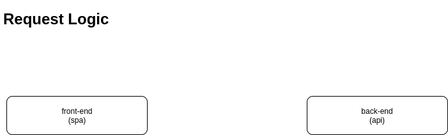
The draw.io diagram Request_Logic.PNG in stsiwo/sts_blogs, before a commit. Source tidied: cells renumbered, new cells last; positions are measured from the earlier drawing's top-left corner, leaving out a move shared by most shapes. Its diagram source:
```xml
<mxGraphModel>
  <root>
    <mxCell id="0" />
    <mxCell id="1" parent="0" />
    <mxCell id="2" value="front-end&lt;br&gt;(spa)" style="rounded=1;whiteSpace=wrap;html=1;" parent="1" vertex="1">
      <mxGeometry x="10" y="140" width="220" height="60" as="geometry" />
    </mxCell>
    <mxCell id="3" value="back-end&lt;br&gt;(api)" style="rounded=1;whiteSpace=wrap;html=1;" parent="1" vertex="1">
      <mxGeometry x="480" y="140" width="220" height="60" as="geometry" />
    </mxCell>
    <mxCell id="4" value="&lt;h1&gt;Request Logic&lt;/h1&gt;&lt;div&gt;&lt;br&gt;&lt;/div&gt;" style="text;html=1;strokeColor=none;fillColor=none;spacing=5;spacingTop=-20;whiteSpace=wrap;overflow=hidden;rounded=0;" parent="1" vertex="1">
      <mxGeometry width="700" height="120" as="geometry" />
    </mxCell>
  </root>
</mxGraphModel>
```
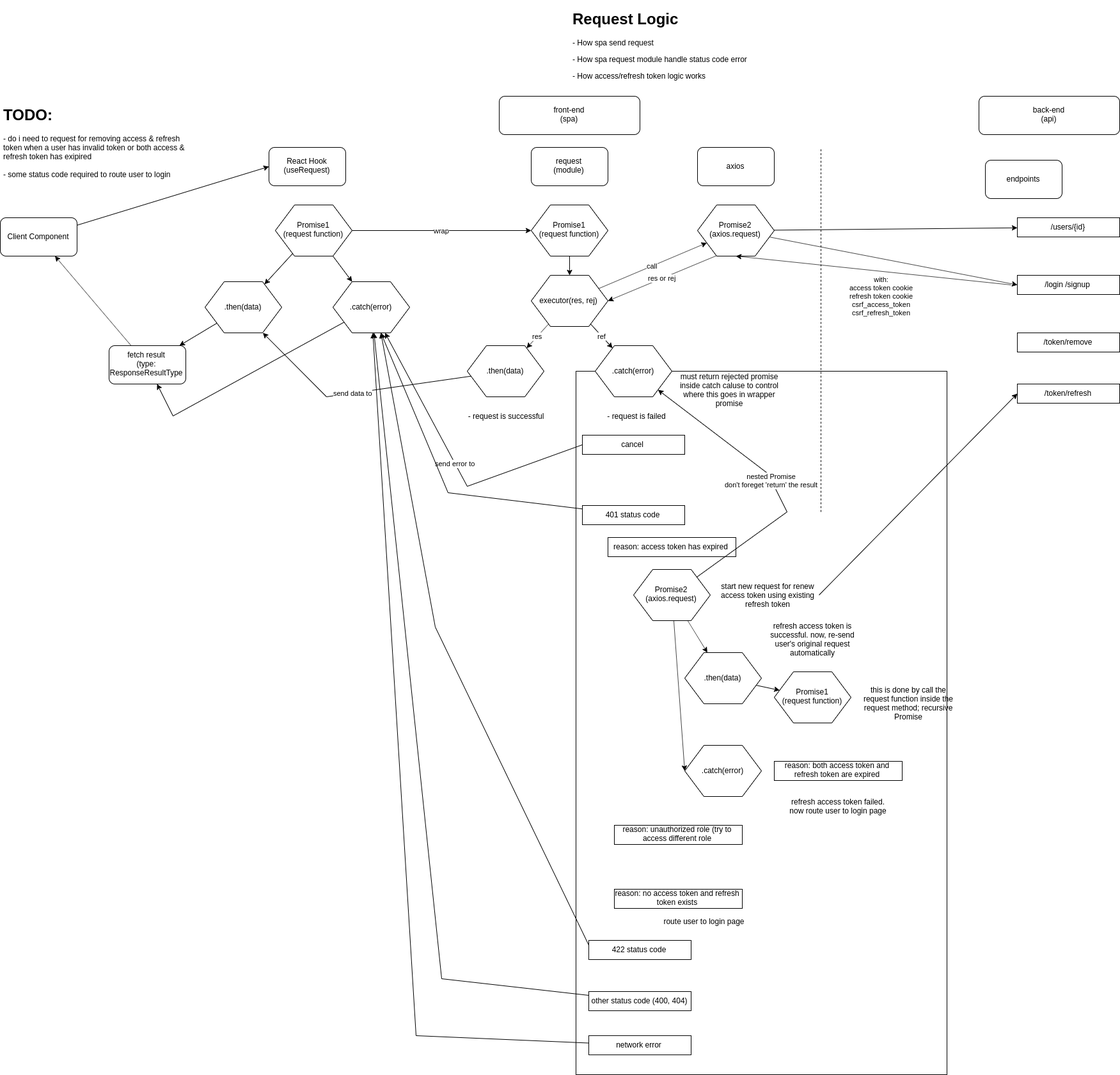
After the change.

The edit, as a diff of the source:
```diff
@@ -2,14 +2,256 @@
   <root>
     <mxCell id="0" />
     <mxCell id="1" parent="0" />
+    <mxCell id="5" style="rounded=0;whiteSpace=wrap;html=1;fillColor=none;" parent="1" vertex="1">
+      <mxGeometry x="10" y="570" width="580" height="1100" as="geometry" />
+    </mxCell>
     <mxCell id="2" value="front-end&lt;br&gt;(spa)" style="rounded=1;whiteSpace=wrap;html=1;" parent="1" vertex="1">
-      <mxGeometry x="10" y="140" width="220" height="60" as="geometry" />
+      <mxGeometry x="-110" y="140" width="220" height="60" as="geometry" />
     </mxCell>
     <mxCell id="3" value="back-end&lt;br&gt;(api)" style="rounded=1;whiteSpace=wrap;html=1;" parent="1" vertex="1">
-      <mxGeometry x="480" y="140" width="220" height="60" as="geometry" />
+      <mxGeometry x="640" y="140" width="220" height="60" as="geometry" />
     </mxCell>
-    <mxCell id="4" value="&lt;h1&gt;Request Logic&lt;/h1&gt;&lt;div&gt;&lt;br&gt;&lt;/div&gt;" style="text;html=1;strokeColor=none;fillColor=none;spacing=5;spacingTop=-20;whiteSpace=wrap;overflow=hidden;rounded=0;" parent="1" vertex="1">
+    <mxCell id="4" value="&lt;h1&gt;Request Logic&lt;/h1&gt;&lt;p&gt;- How spa send request&lt;/p&gt;&lt;p&gt;- How spa request module handle status code error&lt;/p&gt;&lt;p&gt;- How access/refresh token logic works&lt;/p&gt;&lt;p&gt;&lt;br&gt;&lt;/p&gt;" style="text;html=1;strokeColor=none;fillColor=none;spacing=5;spacingTop=-20;whiteSpace=wrap;overflow=hidden;rounded=0;" parent="1" vertex="1">
       <mxGeometry width="700" height="120" as="geometry" />
     </mxCell>
+    <mxCell id="6" style="endArrow=none;dashed=1;html=1;" parent="1" edge="1">
+      <mxGeometry relative="1" as="geometry">
+        <mxPoint x="393" y="790" as="sourcePoint" />
+        <mxPoint x="393" y="220" as="targetPoint" />
+      </mxGeometry>
+    </mxCell>
+    <mxCell id="7" value="axios" style="rounded=1;whiteSpace=wrap;html=1;" parent="1" vertex="1">
+      <mxGeometry x="200" y="220" width="120" height="60" as="geometry" />
+    </mxCell>
+    <mxCell id="8" value="request&lt;br&gt;(module)" style="rounded=1;whiteSpace=wrap;html=1;" parent="1" vertex="1">
+      <mxGeometry x="-60" y="220" width="120" height="60" as="geometry" />
+    </mxCell>
+    <mxCell id="9" value="React Hook&lt;br&gt;(useRequest)" style="rounded=1;whiteSpace=wrap;html=1;" parent="1" vertex="1">
+      <mxGeometry x="-470" y="220" width="120" height="60" as="geometry" />
+    </mxCell>
+    <mxCell id="10" style="rounded=0;jettySize=auto;html=1;" parent="1" edge="1" source="11" target="15">
+      <mxGeometry relative="1" as="geometry" />
+    </mxCell>
+    <mxCell id="11" value="Promise1&lt;br&gt;(request function)" style="shape=hexagon;perimeter=hexagonPerimeter2;whiteSpace=wrap;html=1;" parent="1" vertex="1">
+      <mxGeometry x="-60" y="310" width="120" height="80" as="geometry" />
+    </mxCell>
+    <mxCell id="12" value="res" style="edgeStyle=none;rounded=0;jettySize=auto;html=1;" parent="1" edge="1" source="15" target="19">
+      <mxGeometry relative="1" as="geometry" />
+    </mxCell>
+    <mxCell id="13" value="ref" style="edgeStyle=none;rounded=0;jettySize=auto;html=1;" parent="1" edge="1" source="15" target="17">
+      <mxGeometry relative="1" as="geometry" />
+    </mxCell>
+    <mxCell id="14" value="call" style="edgeStyle=none;rounded=0;jettySize=auto;html=1;" parent="1" edge="1" source="15" target="33">
+      <mxGeometry relative="1" as="geometry" />
+    </mxCell>
+    <mxCell id="15" value="executor(res, rej)" style="shape=hexagon;perimeter=hexagonPerimeter2;whiteSpace=wrap;html=1;" parent="1" vertex="1">
+      <mxGeometry x="-60" y="420" width="120" height="80" as="geometry" />
+    </mxCell>
+    <mxCell id="16" value="send error to" style="edgeStyle=none;rounded=0;jettySize=auto;html=1;exitX=0;exitY=0.5;exitDx=0;exitDy=0;" parent="1" edge="1" source="34" target="27">
+      <mxGeometry relative="1" as="geometry">
+        <Array as="points">
+          <mxPoint x="-160" y="750" />
+        </Array>
+      </mxGeometry>
+    </mxCell>
+    <mxCell id="17" value=".catch(error)" style="shape=hexagon;perimeter=hexagonPerimeter2;whiteSpace=wrap;html=1;" parent="1" vertex="1">
+      <mxGeometry x="40" y="530" width="120" height="80" as="geometry" />
+    </mxCell>
+    <mxCell id="18" value="send data to" style="edgeStyle=none;rounded=0;jettySize=auto;html=1;entryX=0.754;entryY=1;entryDx=0;entryDy=0;entryPerimeter=0;" parent="1" edge="1" source="19" target="29">
+      <mxGeometry relative="1" as="geometry">
+        <Array as="points">
+          <mxPoint x="-380" y="610" />
+        </Array>
+      </mxGeometry>
+    </mxCell>
+    <mxCell id="19" value=".then(data)" style="shape=hexagon;perimeter=hexagonPerimeter2;whiteSpace=wrap;html=1;" parent="1" vertex="1">
+      <mxGeometry x="-160" y="530" width="120" height="80" as="geometry" />
+    </mxCell>
+    <mxCell id="20" value="- request is successful" style="text;html=1;strokeColor=none;fillColor=none;align=center;verticalAlign=middle;whiteSpace=wrap;rounded=0;" parent="1" vertex="1">
+      <mxGeometry x="-165" y="630" width="130" height="20" as="geometry" />
+    </mxCell>
+    <mxCell id="21" value="- request is failed" style="text;html=1;strokeColor=none;fillColor=none;align=center;verticalAlign=middle;whiteSpace=wrap;rounded=0;" parent="1" vertex="1">
+      <mxGeometry x="40" y="630" width="130" height="20" as="geometry" />
+    </mxCell>
+    <mxCell id="22" value="wrap" style="edgeStyle=none;rounded=0;jettySize=auto;html=1;entryX=0;entryY=0.5;entryDx=0;entryDy=0;" parent="1" edge="1" source="25" target="11">
+      <mxGeometry relative="1" as="geometry" />
+    </mxCell>
+    <mxCell id="23" style="edgeStyle=none;rounded=0;jettySize=auto;html=1;" parent="1" edge="1" source="25" target="29">
+      <mxGeometry relative="1" as="geometry" />
+    </mxCell>
+    <mxCell id="24" style="edgeStyle=none;rounded=0;jettySize=auto;html=1;" parent="1" edge="1" source="25" target="27">
+      <mxGeometry relative="1" as="geometry" />
+    </mxCell>
+    <mxCell id="25" value="Promise1&lt;br&gt;(request function)" style="shape=hexagon;perimeter=hexagonPerimeter2;whiteSpace=wrap;html=1;" parent="1" vertex="1">
+      <mxGeometry x="-460" y="310" width="120" height="80" as="geometry" />
+    </mxCell>
+    <mxCell id="26" style="edgeStyle=none;rounded=0;jettySize=auto;html=1;" parent="1" edge="1" source="27" target="72">
+      <mxGeometry relative="1" as="geometry">
+        <Array as="points">
+          <mxPoint x="-620" y="640" />
+        </Array>
+      </mxGeometry>
+    </mxCell>
+    <mxCell id="27" value=".catch(error)" style="shape=hexagon;perimeter=hexagonPerimeter2;whiteSpace=wrap;html=1;" parent="1" vertex="1">
+      <mxGeometry x="-370" y="430" width="120" height="80" as="geometry" />
+    </mxCell>
+    <mxCell id="28" style="edgeStyle=none;rounded=0;jettySize=auto;html=1;" parent="1" edge="1" source="29" target="72">
+      <mxGeometry relative="1" as="geometry" />
+    </mxCell>
+    <mxCell id="29" value=".then(data)" style="shape=hexagon;perimeter=hexagonPerimeter2;whiteSpace=wrap;html=1;" parent="1" vertex="1">
+      <mxGeometry x="-570" y="430" width="120" height="80" as="geometry" />
+    </mxCell>
+    <mxCell id="30" value="res or rej" style="edgeStyle=none;rounded=0;jettySize=auto;html=1;entryX=1;entryY=0.5;entryDx=0;entryDy=0;exitX=0.243;exitY=0.994;exitDx=0;exitDy=0;exitPerimeter=0;" parent="1" edge="1" source="33" target="15">
+      <mxGeometry relative="1" as="geometry" />
+    </mxCell>
+    <mxCell id="31" style="edgeStyle=none;rounded=0;jettySize=auto;html=1;" parent="1" edge="1" source="33" target="60">
+      <mxGeometry relative="1" as="geometry" />
+    </mxCell>
+    <mxCell id="32" style="edgeStyle=none;rounded=0;jettySize=auto;html=1;entryX=0;entryY=0.5;entryDx=0;entryDy=0;" parent="1" edge="1" source="33" target="63">
+      <mxGeometry relative="1" as="geometry" />
+    </mxCell>
+    <mxCell id="33" value="Promise2&lt;br&gt;(axios.request)" style="shape=hexagon;perimeter=hexagonPerimeter2;whiteSpace=wrap;html=1;" parent="1" vertex="1">
+      <mxGeometry x="200" y="310" width="120" height="80" as="geometry" />
+    </mxCell>
+    <mxCell id="34" value="cancel" style="rounded=0;whiteSpace=wrap;html=1;" parent="1" vertex="1">
+      <mxGeometry x="20" y="670" width="160" height="30" as="geometry" />
+    </mxCell>
+    <mxCell id="35" style="edgeStyle=none;rounded=0;jettySize=auto;html=1;entryX=0.625;entryY=1;entryDx=0;entryDy=0;" parent="1" edge="1" source="36" target="27">
+      <mxGeometry relative="1" as="geometry">
+        <Array as="points">
+          <mxPoint x="-190" y="760" />
+        </Array>
+      </mxGeometry>
+    </mxCell>
+    <mxCell id="36" value="401 status code" style="rounded=0;whiteSpace=wrap;html=1;" parent="1" vertex="1">
+      <mxGeometry x="20" y="780" width="160" height="30" as="geometry" />
+    </mxCell>
+    <mxCell id="37" value="reason: access token has expired" style="rounded=0;whiteSpace=wrap;html=1;" parent="1" vertex="1">
+      <mxGeometry x="60" y="830" width="200" height="30" as="geometry" />
+    </mxCell>
+    <mxCell id="38" value="reason: both access token and refresh token are expired" style="rounded=0;whiteSpace=wrap;html=1;" parent="1" vertex="1">
+      <mxGeometry x="320" y="1180" width="200" height="30" as="geometry" />
+    </mxCell>
+    <mxCell id="39" value="reason: unauthorized role (try to access different role" style="rounded=0;whiteSpace=wrap;html=1;" parent="1" vertex="1">
+      <mxGeometry x="70" y="1280" width="200" height="30" as="geometry" />
+    </mxCell>
+    <mxCell id="40" style="edgeStyle=none;rounded=0;jettySize=auto;html=1;entryX=0.625;entryY=1;entryDx=0;entryDy=0;exitX=0;exitY=0.25;exitDx=0;exitDy=0;" parent="1" edge="1" source="41" target="27">
+      <mxGeometry relative="1" as="geometry">
+        <Array as="points">
+          <mxPoint x="-210" y="970" />
+        </Array>
+      </mxGeometry>
+    </mxCell>
+    <mxCell id="41" value="422 status code" style="rounded=0;whiteSpace=wrap;html=1;" parent="1" vertex="1">
+      <mxGeometry x="30" y="1460" width="160" height="30" as="geometry" />
+    </mxCell>
+    <mxCell id="42" value="reason: no access token and refresh token exists" style="rounded=0;whiteSpace=wrap;html=1;" parent="1" vertex="1">
+      <mxGeometry x="70" y="1380" width="200" height="30" as="geometry" />
+    </mxCell>
+    <mxCell id="43" style="edgeStyle=none;rounded=0;jettySize=auto;html=1;" parent="1" edge="1" source="44" target="27">
+      <mxGeometry relative="1" as="geometry">
+        <Array as="points">
+          <mxPoint x="-200" y="1520" />
+        </Array>
+      </mxGeometry>
+    </mxCell>
+    <mxCell id="44" value="other status code (400, 404)" style="rounded=0;whiteSpace=wrap;html=1;" parent="1" vertex="1">
+      <mxGeometry x="30" y="1540" width="160" height="30" as="geometry" />
+    </mxCell>
+    <mxCell id="45" style="edgeStyle=none;rounded=0;jettySize=auto;html=1;" parent="1" edge="1" source="46" target="27">
+      <mxGeometry relative="1" as="geometry">
+        <Array as="points">
+          <mxPoint x="-240" y="1609" />
+        </Array>
+      </mxGeometry>
+    </mxCell>
+    <mxCell id="46" value="network error" style="rounded=0;whiteSpace=wrap;html=1;" parent="1" vertex="1">
+      <mxGeometry x="30" y="1608.9" width="160" height="30" as="geometry" />
+    </mxCell>
+    <mxCell id="47" style="edgeStyle=none;rounded=0;jettySize=auto;html=1;" parent="1" edge="1" source="50" target="52">
+      <mxGeometry relative="1" as="geometry" />
+    </mxCell>
+    <mxCell id="48" style="edgeStyle=none;rounded=0;jettySize=auto;html=1;entryX=0;entryY=0.5;entryDx=0;entryDy=0;" parent="1" edge="1" source="50" target="53">
+      <mxGeometry relative="1" as="geometry" />
+    </mxCell>
+    <mxCell id="49" value="nested Promise&lt;br&gt;don't foreget 'return' the result" style="edgeStyle=none;rounded=0;jettySize=auto;html=1;" parent="1" edge="1" source="50" target="17">
+      <mxGeometry relative="1" as="geometry">
+        <Array as="points">
+          <mxPoint x="340" y="790" />
+          <mxPoint x="310" y="730" />
+        </Array>
+      </mxGeometry>
+    </mxCell>
+    <mxCell id="50" value="Promise2&lt;br&gt;(axios.request)" style="shape=hexagon;perimeter=hexagonPerimeter2;whiteSpace=wrap;html=1;" parent="1" vertex="1">
+      <mxGeometry x="100" y="880" width="120" height="80" as="geometry" />
+    </mxCell>
+    <mxCell id="51" style="edgeStyle=none;rounded=0;jettySize=auto;html=1;" parent="1" edge="1" source="52" target="57">
+      <mxGeometry relative="1" as="geometry" />
+    </mxCell>
+    <mxCell id="52" value=".then(data)" style="shape=hexagon;perimeter=hexagonPerimeter2;whiteSpace=wrap;html=1;" parent="1" vertex="1">
+      <mxGeometry x="180" y="1010" width="120" height="80" as="geometry" />
+    </mxCell>
+    <mxCell id="53" value=".catch(error)" style="shape=hexagon;perimeter=hexagonPerimeter2;whiteSpace=wrap;html=1;" parent="1" vertex="1">
+      <mxGeometry x="180" y="1155" width="120" height="80" as="geometry" />
+    </mxCell>
+    <mxCell id="54" style="edgeStyle=none;rounded=0;jettySize=auto;html=1;entryX=0;entryY=0.5;entryDx=0;entryDy=0;exitX=1;exitY=0.5;exitDx=0;exitDy=0;" parent="1" edge="1" source="55" target="65">
+      <mxGeometry relative="1" as="geometry" />
+    </mxCell>
+    <mxCell id="55" value="start new request for renew access token using existing refresh token" style="text;html=1;strokeColor=none;fillColor=none;align=center;verticalAlign=middle;whiteSpace=wrap;rounded=0;" parent="1" vertex="1">
+      <mxGeometry x="230" y="910" width="160" height="20" as="geometry" />
+    </mxCell>
+    <mxCell id="56" value="refresh access token is successful. now, re-send user's original request automatically" style="text;html=1;strokeColor=none;fillColor=none;align=center;verticalAlign=middle;whiteSpace=wrap;rounded=0;" parent="1" vertex="1">
+      <mxGeometry x="300" y="980" width="160" height="20" as="geometry" />
+    </mxCell>
+    <mxCell id="57" value="Promise1&lt;br&gt;(request function)" style="shape=hexagon;perimeter=hexagonPerimeter2;whiteSpace=wrap;html=1;" parent="1" vertex="1">
+      <mxGeometry x="320" y="1040" width="120" height="80" as="geometry" />
+    </mxCell>
+    <mxCell id="58" value="this is done by call the request function inside the request method; recursive Promise" style="text;html=1;strokeColor=none;fillColor=none;align=center;verticalAlign=middle;whiteSpace=wrap;rounded=0;" parent="1" vertex="1">
+      <mxGeometry x="450" y="1080" width="160" height="20" as="geometry" />
+    </mxCell>
+    <mxCell id="59" value="refresh access token failed. now route user to login page" style="text;html=1;strokeColor=none;fillColor=none;align=center;verticalAlign=middle;whiteSpace=wrap;rounded=0;" parent="1" vertex="1">
+      <mxGeometry x="340" y="1240" width="160" height="20" as="geometry" />
+    </mxCell>
+    <mxCell id="60" value="/users/{id}" style="rounded=0;whiteSpace=wrap;html=1;" parent="1" vertex="1">
+      <mxGeometry x="700" y="330" width="160" height="30" as="geometry" />
+    </mxCell>
+    <mxCell id="61" value="endpoints" style="rounded=1;whiteSpace=wrap;html=1;" parent="1" vertex="1">
+      <mxGeometry x="650" y="240" width="120" height="60" as="geometry" />
+    </mxCell>
+    <mxCell id="62" value="with:&lt;br&gt;access token cookie&lt;br&gt;refresh token cookie&lt;br&gt;csrf_access_token&lt;br&gt;csrf_refresh_token" style="edgeStyle=none;rounded=0;jettySize=auto;html=1;entryX=0.5;entryY=1;entryDx=0;entryDy=0;" parent="1" edge="1" target="33">
+      <mxGeometry x="-0.07" y="38" relative="1" as="geometry">
+        <mxPoint x="690" y="435" as="sourcePoint" />
+      </mxGeometry>
+    </mxCell>
+    <mxCell id="63" value="/login /signup" style="rounded=0;whiteSpace=wrap;html=1;" parent="1" vertex="1">
+      <mxGeometry x="700" y="420" width="160" height="30" as="geometry" />
+    </mxCell>
+    <mxCell id="64" value="/token/remove" style="rounded=0;whiteSpace=wrap;html=1;" parent="1" vertex="1">
+      <mxGeometry x="700" y="510" width="160" height="30" as="geometry" />
+    </mxCell>
+    <mxCell id="65" value="/token/refresh" style="rounded=0;whiteSpace=wrap;html=1;" parent="1" vertex="1">
+      <mxGeometry x="700" y="590" width="160" height="30" as="geometry" />
+    </mxCell>
+    <mxCell id="66" value="must return rejected promise inside catch caluse to control where this goes in wrapper promise" style="text;html=1;strokeColor=none;fillColor=none;align=center;verticalAlign=middle;whiteSpace=wrap;rounded=0;" parent="1" vertex="1">
+      <mxGeometry x="170" y="590" width="160" height="20" as="geometry" />
+    </mxCell>
+    <mxCell id="67" value="route user to login page" style="text;html=1;strokeColor=none;fillColor=none;align=center;verticalAlign=middle;whiteSpace=wrap;rounded=0;" parent="1" vertex="1">
+      <mxGeometry x="130" y="1420" width="160" height="20" as="geometry" />
+    </mxCell>
+    <mxCell id="68" value="&lt;h1&gt;TODO:&lt;/h1&gt;&lt;div&gt;- do i need to request for removing access &amp;amp; refresh token when a user has invalid token or both access &amp;amp; refresh token has exipired&lt;/div&gt;&lt;div&gt;&lt;br&gt;&lt;/div&gt;&lt;div&gt;- some status code required to route user to login page. where to implement?? i think inside React Hook&lt;/div&gt;" style="text;html=1;strokeColor=none;fillColor=none;spacing=5;spacingTop=-20;whiteSpace=wrap;overflow=hidden;rounded=0;" parent="1" vertex="1">
+      <mxGeometry x="-890" y="150" width="300" height="120" as="geometry" />
+    </mxCell>
+    <mxCell id="69" style="edgeStyle=none;rounded=0;jettySize=auto;html=1;entryX=0;entryY=0.5;entryDx=0;entryDy=0;" parent="1" edge="1" source="70" target="9">
+      <mxGeometry relative="1" as="geometry" />
+    </mxCell>
+    <mxCell id="70" value="Client Component" style="rounded=1;whiteSpace=wrap;html=1;" parent="1" vertex="1">
+      <mxGeometry x="-890" y="330" width="120" height="60" as="geometry" />
+    </mxCell>
+    <mxCell id="71" style="edgeStyle=none;rounded=0;jettySize=auto;html=1;" parent="1" edge="1" source="72" target="70">
+      <mxGeometry relative="1" as="geometry" />
+    </mxCell>
+    <mxCell id="72" value="fetch result&lt;br&gt;(type: ResponseResultType" style="rounded=1;whiteSpace=wrap;html=1;" parent="1" vertex="1">
+      <mxGeometry x="-720" y="530" width="120" height="60" as="geometry" />
+    </mxCell>
   </root>
 </mxGraphModel>
```
